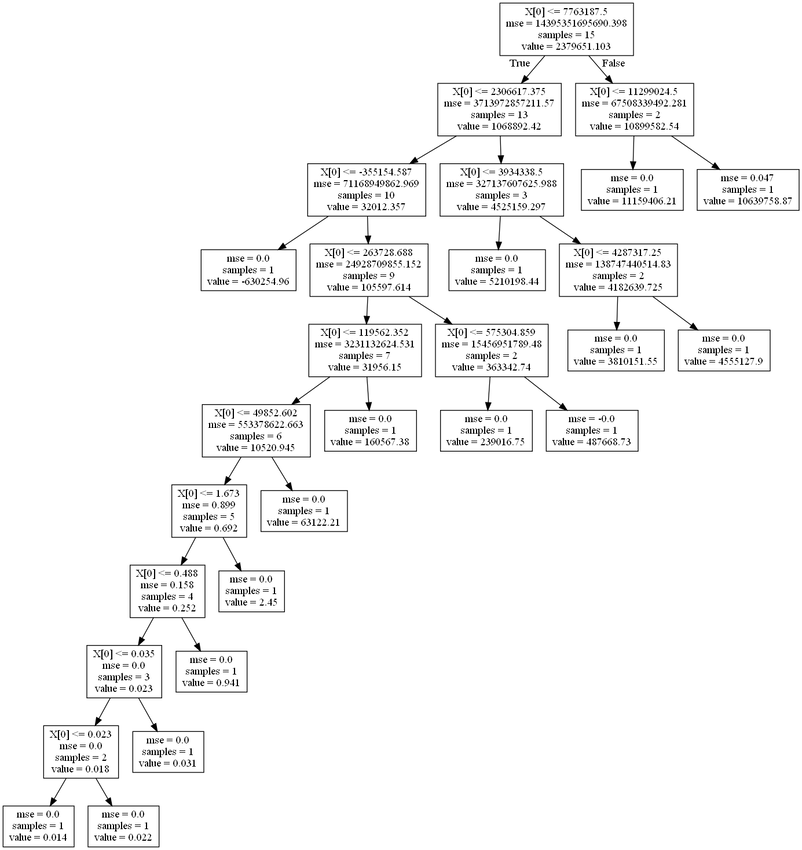
Dimitrios-Mourtzilas/Business-Strategy keeps this Graphviz diagram as dot_tree.png. Above is the earlier version. Its source is kept beside it as dot_tree.dot.
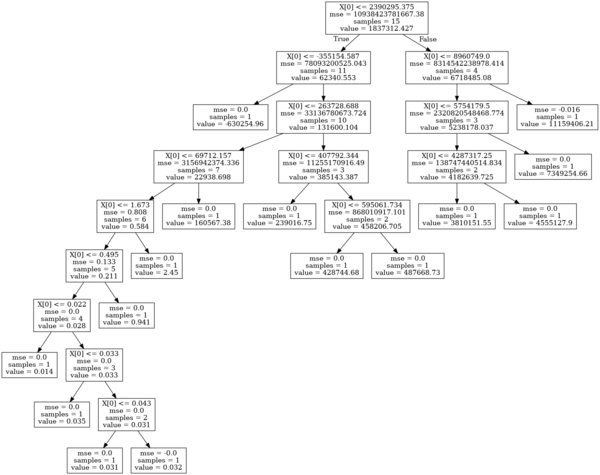
After the commit.

Change to the diagram source:
```diff
@@ -1,60 +1,60 @@
 digraph Tree {
 node [shape=box] ;
-0 [label="X[0] <= 7763187.5\nmse = 14395351695690.398\nsamples = 15\nvalue = 2379651.103"] ;
-1 [label="X[0] <= 2306617.375\nmse = 3713972857211.57\nsamples = 13\nvalue = 1068892.42"] ;
+0 [label="X[0] <= 2390295.375\nmse = 10938423781667.38\nsamples = 15\nvalue = 1837312.427"] ;
+1 [label="X[0] <= -355154.587\nmse = 78093200525.043\nsamples = 11\nvalue = 62340.553"] ;
 0 -> 1 [labeldistance=2.5, labelangle=45, headlabel="True"] ;
-2 [label="X[0] <= -355154.587\nmse = 71168949862.969\nsamples = 10\nvalue = 32012.357"] ;
+2 [label="mse = 0.0\nsamples = 1\nvalue = -630254.96"] ;
 1 -> 2 ;
-3 [label="mse = 0.0\nsamples = 1\nvalue = -630254.96"] ;
-2 -> 3 ;
-4 [label="X[0] <= 263728.688\nmse = 24928709855.152\nsamples = 9\nvalue = 105597.614"] ;
-2 -> 4 ;
-5 [label="X[0] <= 119562.352\nmse = 3231132624.531\nsamples = 7\nvalue = 31956.15"] ;
+3 [label="X[0] <= 263728.688\nmse = 33136780673.724\nsamples = 10\nvalue = 131600.104"] ;
+1 -> 3 ;
+4 [label="X[0] <= 69712.157\nmse = 3156942374.336\nsamples = 7\nvalue = 22938.698"] ;
+3 -> 4 ;
+5 [label="X[0] <= 1.673\nmse = 0.808\nsamples = 6\nvalue = 0.584"] ;
 4 -> 5 ;
-6 [label="X[0] <= 49852.602\nmse = 553378622.663\nsamples = 6\nvalue = 10520.945"] ;
+6 [label="X[0] <= 0.495\nmse = 0.133\nsamples = 5\nvalue = 0.211"] ;
 5 -> 6 ;
-7 [label="X[0] <= 1.673\nmse = 0.899\nsamples = 5\nvalue = 0.692"] ;
+7 [label="X[0] <= 0.022\nmse = 0.0\nsamples = 4\nvalue = 0.028"] ;
 6 -> 7 ;
-8 [label="X[0] <= 0.488\nmse = 0.158\nsamples = 4\nvalue = 0.252"] ;
+8 [label="mse = 0.0\nsamples = 1\nvalue = 0.014"] ;
 7 -> 8 ;
-9 [label="X[0] <= 0.035\nmse = 0.0\nsamples = 3\nvalue = 0.023"] ;
-8 -> 9 ;
-10 [label="X[0] <= 0.023\nmse = 0.0\nsamples = 2\nvalue = 0.018"] ;
+9 [label="X[0] <= 0.033\nmse = 0.0\nsamples = 3\nvalue = 0.033"] ;
+7 -> 9 ;
+10 [label="mse = 0.0\nsamples = 1\nvalue = 0.035"] ;
 9 -> 10 ;
-11 [label="mse = 0.0\nsamples = 1\nvalue = 0.014"] ;
-10 -> 11 ;
-12 [label="mse = 0.0\nsamples = 1\nvalue = 0.022"] ;
-10 -> 12 ;
-13 [label="mse = 0.0\nsamples = 1\nvalue = 0.031"] ;
-9 -> 13 ;
+11 [label="X[0] <= 0.043\nmse = 0.0\nsamples = 2\nvalue = 0.031"] ;
+9 -> 11 ;
+12 [label="mse = 0.0\nsamples = 1\nvalue = 0.031"] ;
+11 -> 12 ;
+13 [label="mse = -0.0\nsamples = 1\nvalue = 0.032"] ;
+11 -> 13 ;
 14 [label="mse = 0.0\nsamples = 1\nvalue = 0.941"] ;
-8 -> 14 ;
+6 -> 14 ;
 15 [label="mse = 0.0\nsamples = 1\nvalue = 2.45"] ;
-7 -> 15 ;
-16 [label="mse = 0.0\nsamples = 1\nvalue = 63122.21"] ;
-6 -> 16 ;
-17 [label="mse = 0.0\nsamples = 1\nvalue = 160567.38"] ;
-5 -> 17 ;
-18 [label="X[0] <= 575304.859\nmse = 15456951789.48\nsamples = 2\nvalue = 363342.74"] ;
-4 -> 18 ;
-19 [label="mse = 0.0\nsamples = 1\nvalue = 239016.75"] ;
-18 -> 19 ;
-20 [label="mse = -0.0\nsamples = 1\nvalue = 487668.73"] ;
-18 -> 20 ;
-21 [label="X[0] <= 3934338.5\nmse = 327137607625.988\nsamples = 3\nvalue = 4525159.297"] ;
-1 -> 21 ;
-22 [label="mse = 0.0\nsamples = 1\nvalue = 5210198.44"] ;
-21 -> 22 ;
-23 [label="X[0] <= 4287317.25\nmse = 138747440514.83\nsamples = 2\nvalue = 4182639.725"] ;
-21 -> 23 ;
-24 [label="mse = 0.0\nsamples = 1\nvalue = 3810151.55"] ;
+5 -> 15 ;
+16 [label="mse = 0.0\nsamples = 1\nvalue = 160567.38"] ;
+4 -> 16 ;
+17 [label="X[0] <= 407792.344\nmse = 11255170916.49\nsamples = 3\nvalue = 385143.387"] ;
+3 -> 17 ;
+18 [label="mse = 0.0\nsamples = 1\nvalue = 239016.75"] ;
+17 -> 18 ;
+19 [label="X[0] <= 595061.734\nmse = 868010917.101\nsamples = 2\nvalue = 458206.705"] ;
+17 -> 19 ;
+20 [label="mse = 0.0\nsamples = 1\nvalue = 428744.68"] ;
+19 -> 20 ;
+21 [label="mse = 0.0\nsamples = 1\nvalue = 487668.73"] ;
+19 -> 21 ;
+22 [label="X[0] <= 8960749.0\nmse = 8314542238978.414\nsamples = 4\nvalue = 6718485.08"] ;
+0 -> 22 [labeldistance=2.5, labelangle=-45, headlabel="False"] ;
+23 [label="X[0] <= 5754179.5\nmse = 2320820548468.774\nsamples = 3\nvalue = 5238178.037"] ;
+22 -> 23 ;
+24 [label="X[0] <= 4287317.25\nmse = 138747440514.834\nsamples = 2\nvalue = 4182639.725"] ;
 23 -> 24 ;
-25 [label="mse = 0.0\nsamples = 1\nvalue = 4555127.9"] ;
-23 -> 25 ;
-26 [label="X[0] <= 11299024.5\nmse = 67508339492.281\nsamples = 2\nvalue = 10899582.54"] ;
-0 -> 26 [labeldistance=2.5, labelangle=-45, headlabel="False"] ;
-27 [label="mse = 0.0\nsamples = 1\nvalue = 11159406.21"] ;
-26 -> 27 ;
-28 [label="mse = 0.047\nsamples = 1\nvalue = 10639758.87"] ;
-26 -> 28 ;
+25 [label="mse = 0.0\nsamples = 1\nvalue = 3810151.55"] ;
+24 -> 25 ;
+26 [label="mse = 0.0\nsamples = 1\nvalue = 4555127.9"] ;
+24 -> 26 ;
+27 [label="mse = 0.0\nsamples = 1\nvalue = 7349254.66"] ;
+23 -> 27 ;
+28 [label="mse = -0.016\nsamples = 1\nvalue = 11159406.21"] ;
+22 -> 28 ;
 }
```
